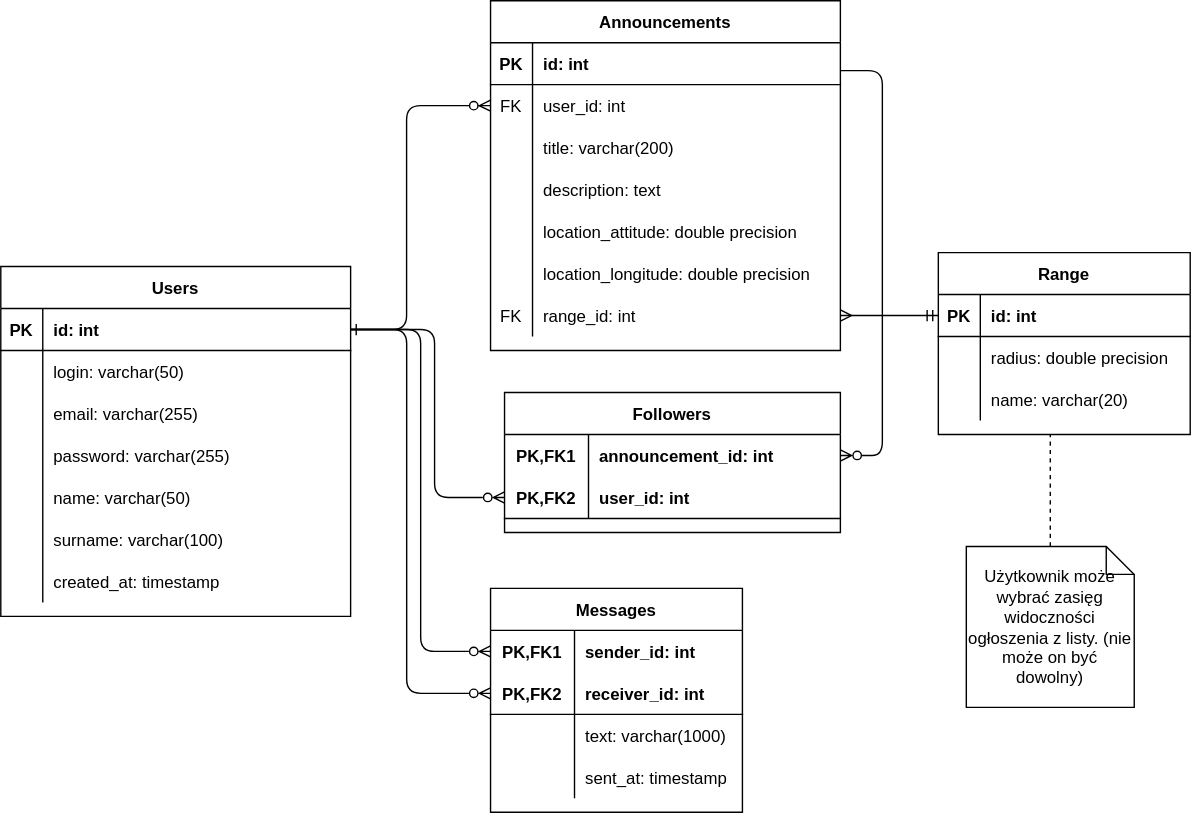
This is database_model.svg from CKTA00/WDPAI_project, a draw.io export, as it was before one commit. Source tidied: cells renumbered, new cells last; positions are measured from the earlier drawing's top-left corner, leaving out a move shared by most shapes.
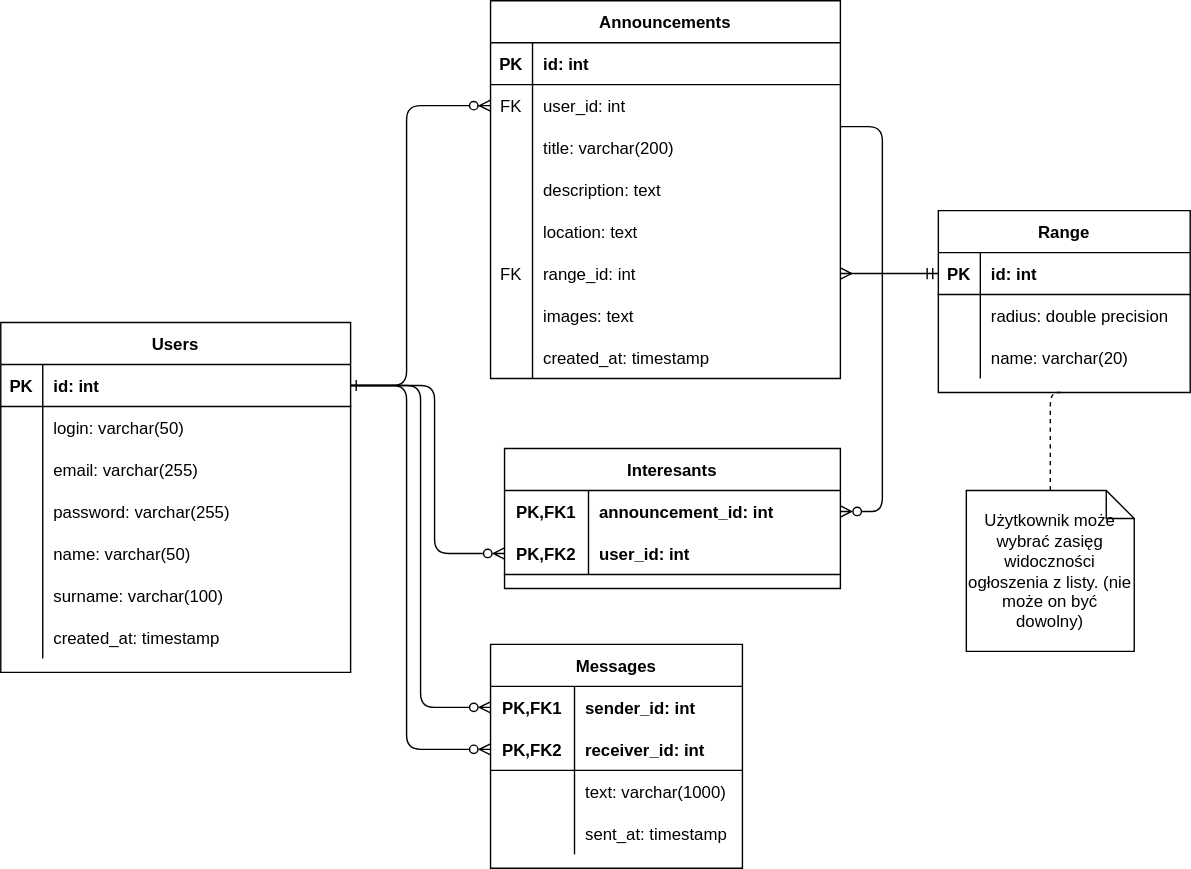
The same file after the commit.

Diff of the diagram source:
```diff
@@ -10,7 +10,7 @@
       </mxGeometry>
     </mxCell>
     <mxCell id="3" value="Announcements" style="shape=table;startSize=30;rowLines=0;fontStyle=1;align=center;" parent="1" vertex="1">
-      <mxGeometry x="350" width="250" height="250" as="geometry" />
+      <mxGeometry x="350" y="-40" width="250" height="270" as="geometry" />
     </mxCell>
     <mxCell id="4" style="shape=partialRectangle;fillColor=none;top=0;left=0;right=0;bottom=1;" parent="3" vertex="1">
       <mxGeometry y="30" width="250" height="30" as="geometry" />
@@ -48,26 +48,17 @@
     <mxCell id="15" value="description: text" style="shape=partialRectangle;overflow=hidden;fillColor=none;top=0;left=0;bottom=0;right=0;align=left;spacingLeft=6;" parent="13" vertex="1">
       <mxGeometry x="30" width="220" height="30" as="geometry" />
     </mxCell>
-    <mxCell id="16" style="shape=partialRectangle;fillColor=none;top=0;left=0;right=0;bottom=0;" parent="3" vertex="1">
-      <mxGeometry y="150" width="250" height="30" as="geometry" />
-    </mxCell>
-    <mxCell id="17" style="shape=partialRectangle;overflow=hidden;fillColor=none;top=0;left=0;bottom=0;right=0;" parent="16" vertex="1">
-      <mxGeometry width="30" height="30" as="geometry" />
-    </mxCell>
-    <mxCell id="18" value="location_attitude: double precision" style="shape=partialRectangle;overflow=hidden;fillColor=none;top=0;left=0;bottom=0;right=0;align=left;spacingLeft=6;" parent="16" vertex="1">
-      <mxGeometry x="30" width="220" height="30" as="geometry" />
-    </mxCell>
     <mxCell id="19" style="shape=partialRectangle;fillColor=none;top=0;left=0;right=0;bottom=0;" parent="3" vertex="1">
-      <mxGeometry y="180" width="250" height="30" as="geometry" />
+      <mxGeometry y="150" width="250" height="30" as="geometry" />
     </mxCell>
     <mxCell id="20" style="shape=partialRectangle;overflow=hidden;fillColor=none;top=0;left=0;bottom=0;right=0;" parent="19" vertex="1">
       <mxGeometry width="30" height="30" as="geometry" />
     </mxCell>
-    <mxCell id="21" value="location_longitude: double precision" style="shape=partialRectangle;overflow=hidden;fillColor=none;top=0;left=0;bottom=0;right=0;align=left;spacingLeft=6;" parent="19" vertex="1">
+    <mxCell id="21" value="location: text" style="shape=partialRectangle;overflow=hidden;fillColor=none;top=0;left=0;bottom=0;right=0;align=left;spacingLeft=6;" parent="19" vertex="1">
       <mxGeometry x="30" width="220" height="30" as="geometry" />
     </mxCell>
     <mxCell id="22" style="shape=partialRectangle;fillColor=none;points=[[0,0.5],[1,0.5]];portConstraint=eastwest;top=0;left=0;right=0;bottom=0;" parent="3" vertex="1">
-      <mxGeometry y="210" width="250" height="30" as="geometry" />
+      <mxGeometry y="180" width="250" height="30" as="geometry" />
     </mxCell>
     <mxCell id="23" value="FK" style="shape=partialRectangle;overflow=hidden;fillColor=none;top=0;left=0;bottom=0;right=0;" parent="22" vertex="1">
       <mxGeometry width="30" height="30" as="geometry" />
@@ -75,6 +66,24 @@
     <mxCell id="24" value="range_id: int" style="shape=partialRectangle;overflow=hidden;fillColor=none;top=0;left=0;bottom=0;right=0;align=left;spacingLeft=6;" parent="22" vertex="1">
       <mxGeometry x="30" width="220" height="30" as="geometry" />
     </mxCell>
+    <mxCell id="84" style="shape=partialRectangle;fillColor=none;top=0;left=0;right=0;bottom=0;" parent="3" vertex="1">
+      <mxGeometry y="210" width="250" height="30" as="geometry" />
+    </mxCell>
+    <mxCell id="85" style="shape=partialRectangle;overflow=hidden;fillColor=none;top=0;left=0;bottom=0;right=0;" parent="84" vertex="1">
+      <mxGeometry width="30" height="30" as="geometry" />
+    </mxCell>
+    <mxCell id="86" value="images: text" style="shape=partialRectangle;overflow=hidden;fillColor=none;top=0;left=0;bottom=0;right=0;align=left;spacingLeft=6;" parent="84" vertex="1">
+      <mxGeometry x="30" width="220" height="30" as="geometry" />
+    </mxCell>
+    <mxCell id="87" style="shape=partialRectangle;fillColor=none;top=0;left=0;right=0;bottom=0;" parent="3" vertex="1">
+      <mxGeometry y="240" width="250" height="30" as="geometry" />
+    </mxCell>
+    <mxCell id="88" style="shape=partialRectangle;overflow=hidden;fillColor=none;top=0;left=0;bottom=0;right=0;" parent="87" vertex="1">
+      <mxGeometry width="30" height="30" as="geometry" />
+    </mxCell>
+    <mxCell id="89" value="created_at: timestamp" style="shape=partialRectangle;overflow=hidden;fillColor=none;top=0;left=0;bottom=0;right=0;align=left;spacingLeft=6;" parent="87" vertex="1">
+      <mxGeometry x="30" width="220" height="30" as="geometry" />
+    </mxCell>
     <mxCell id="25" value="Users" style="shape=table;startSize=30;rowLines=0;fontStyle=1;align=center;" parent="1" vertex="1">
       <mxGeometry y="190" width="250" height="250" as="geometry" />
     </mxCell>
@@ -175,7 +184,7 @@
       </mxGeometry>
     </mxCell>
     <mxCell id="56" value="Range" style="shape=table;startSize=30;rowLines=0;fontStyle=1;align=center;" parent="1" vertex="1">
-      <mxGeometry x="670" y="180" width="180" height="130" as="geometry" />
+      <mxGeometry x="670" y="110" width="180" height="130" as="geometry" />
     </mxCell>
     <mxCell id="57" style="shape=partialRectangle;fillColor=none;top=0;left=0;bottom=1;right=0;points=[[0,0.5],[1,0.5]];portConstraint=eastwest;" parent="56" vertex="1">
       <mxGeometry y="30" width="180" height="30" as="geometry" />
@@ -207,17 +216,17 @@
     <mxCell id="66" style="edgeStyle=entityRelationEdgeStyle;fontSize=12;html=1;endArrow=ERmandOne;startArrow=ERmany;rounded=1;strokeWidth=1;exitX=1;exitY=0.5;exitDx=0;exitDy=0;entryX=0;entryY=0.5;entryDx=0;entryDy=0;endFill=0;startFill=0;" parent="1" edge="1" source="22" target="57">
       <mxGeometry relative="1" as="geometry" />
     </mxCell>
-    <mxCell id="67" style="edgeStyle=elbowEdgeStyle;rounded=1;jettySize=auto;html=1;endArrow=none;endFill=0;strokeWidth=1;dashed=1;" parent="1" edge="1" source="68">
+    <mxCell id="67" style="edgeStyle=elbowEdgeStyle;rounded=1;jettySize=auto;html=1;endArrow=none;endFill=0;strokeWidth=1;dashed=1;entryX=0.5;entryY=1;entryDx=0;entryDy=0;" parent="1" edge="1" source="68" target="56">
       <mxGeometry relative="1" as="geometry">
-        <mxPoint x="750" y="310" as="targetPoint" />
         <Array as="points">
+          <mxPoint x="750" y="330" />
           <mxPoint x="750" y="350" />
           <mxPoint x="740" y="340" />
         </Array>
       </mxGeometry>
     </mxCell>
     <mxCell id="68" value="Użytkownik może wybrać zasięg widoczności ogłoszenia z listy. (nie może on być dowolny)" style="shape=note;size=20;whiteSpace=wrap;html=1;" parent="1" vertex="1">
-      <mxGeometry x="690" y="390" width="120" height="115" as="geometry" />
+      <mxGeometry x="690" y="310" width="120" height="115" as="geometry" />
     </mxCell>
     <mxCell id="69" value="Messages" style="shape=table;startSize=30;rowLines=0;fontStyle=1;align=center;" parent="1" vertex="1">
       <mxGeometry x="350" y="420" width="180" height="160" as="geometry" />
```
